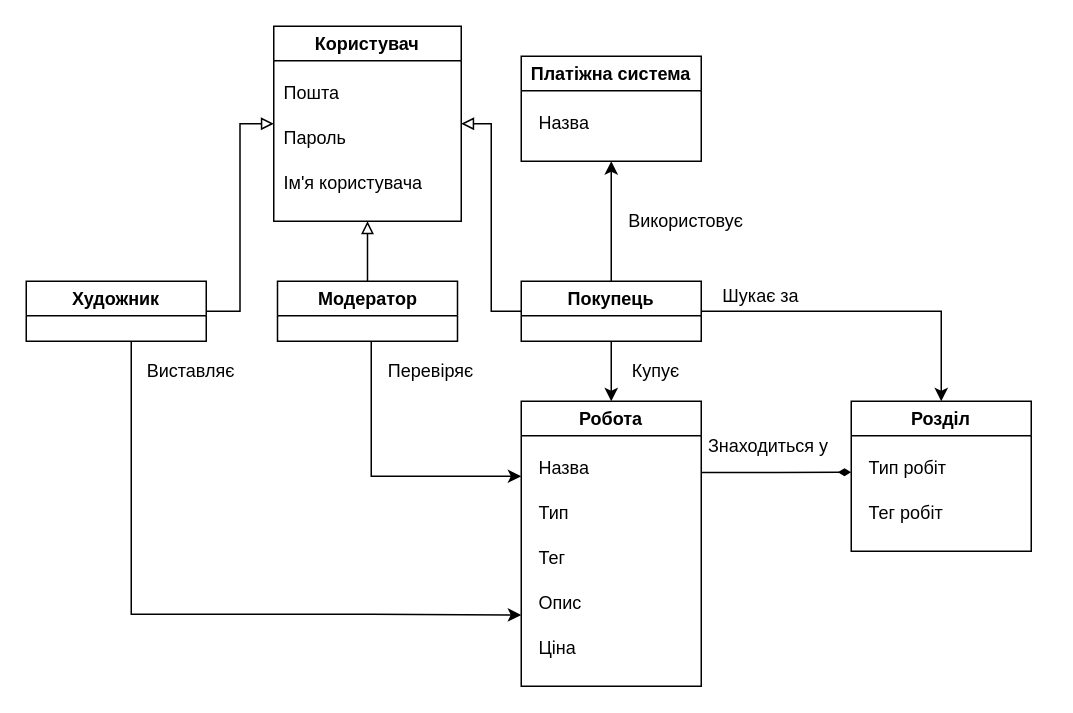
Above: 2-SoftwareDesign/2.1-UMLConceptClasses/UML-ConceptClasses.drawio in oleksandrblazhko/ai203-tokarev (draw.io), before the change. Source tidied: cells renumbered, new cells numbered last; positions are measured from the earlier drawing's top-left corner, leaving out a move shared by most shapes. Both pictures are drawn from the tidied source at 150%, with x=0, y=0 at pixel (26, 26).
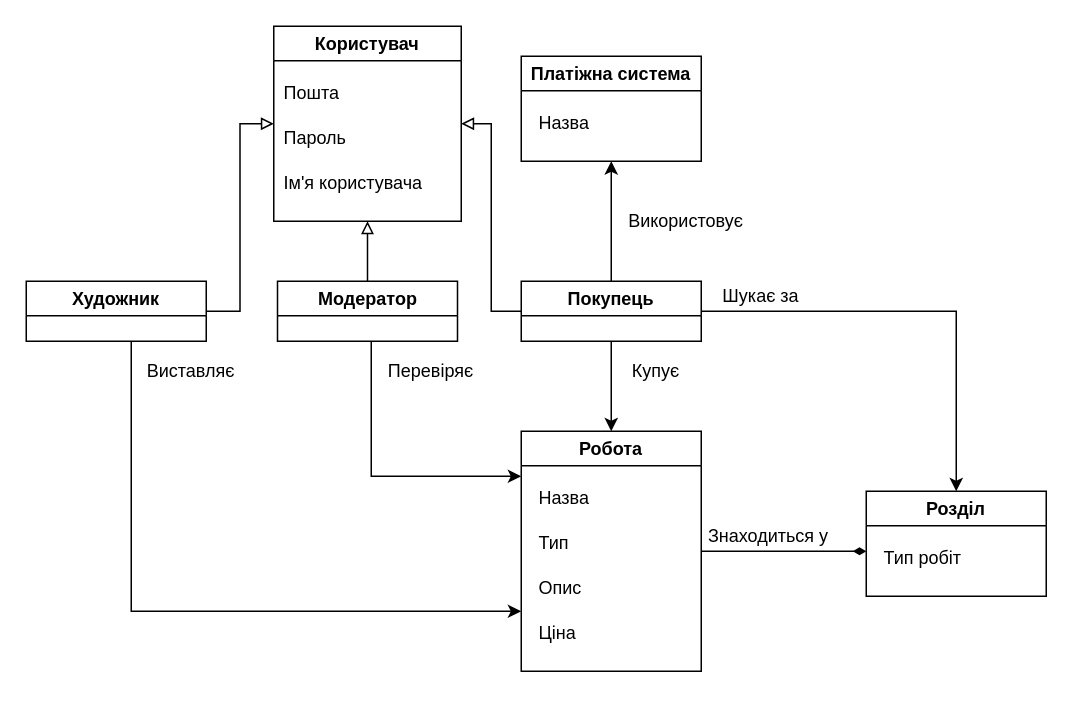
After the change.

Unchanged cells that the change refers to:
```xml
<mxCell id="23" value="Художник" style="swimlane;whiteSpace=wrap;html=1;" parent="1" vertex="1">
  <mxGeometry y="170" width="120" height="40" as="geometry" />
</mxCell>
```

The edit, as a diff of the source:
```diff
@@
-    <mxCell id="6" style="edgeStyle=orthogonalEdgeStyle;rounded=0;jettySize=auto;html=1;exitX=1;exitY=0.25;exitDx=0;exitDy=0;endArrow=diamondThin;endFill=1;" parent="1" edge="1" source="7">
-      <mxGeometry relative="1" as="geometry">
-        <mxPoint x="550" y="297.3" as="targetPoint" />
-      </mxGeometry>
-    </mxCell>
+    <mxCell id="35" style="edgeStyle=orthogonalEdgeStyle;rounded=0;jettySize=auto;html=1;endArrow=diamondThin;endFill=1;" parent="1" edge="1" source="7">
+      <mxGeometry relative="1" as="geometry">
+        <mxPoint x="560" y="350" as="targetPoint" />
+      </mxGeometry>
+    </mxCell>
     <mxCell id="7" value="Робота" style="swimlane;whiteSpace=wrap;html=1;" parent="1" vertex="1">
-      <mxGeometry x="330" y="250" width="120" height="190" as="geometry" />
+      <mxGeometry x="330" y="270" width="120" height="160" as="geometry" />
     </mxCell>
@@
-    <mxCell id="10" value="Тег" style="text;html=1;align=left;verticalAlign=middle;strokeColor=none;fillColor=none;" parent="7" vertex="1">
-      <mxGeometry x="10" y="90" width="40" height="30" as="geometry" />
-    </mxCell>
     <mxCell id="11" value="Опис" style="text;html=1;align=left;verticalAlign=middle;strokeColor=none;fillColor=none;" parent="7" vertex="1">
-      <mxGeometry x="10" y="120" width="50" height="30" as="geometry" />
+      <mxGeometry x="10" y="90" width="50" height="30" as="geometry" />
     </mxCell>
     <mxCell id="12" value="Ціна" style="text;html=1;align=left;verticalAlign=middle;strokeColor=none;fillColor=none;" parent="7" vertex="1">
-      <mxGeometry x="10" y="150" width="50" height="30" as="geometry" />
+      <mxGeometry x="10" y="120" width="50" height="30" as="geometry" />
     </mxCell>
@@
     <mxCell id="18" value="Розділ" style="swimlane;whiteSpace=wrap;html=1;" parent="1" vertex="1">
-      <mxGeometry x="550" y="250" width="120" height="100" as="geometry" />
+      <mxGeometry x="560" y="310" width="120" height="70" as="geometry" />
     </mxCell>
@@
-    <mxCell id="20" value="Тег робіт" style="text;html=1;align=left;verticalAlign=middle;strokeColor=none;fillColor=none;" parent="18" vertex="1">
-      <mxGeometry x="10" y="60" width="70" height="30" as="geometry" />
-    </mxCell>
@@
     <mxCell id="22" style="edgeStyle=orthogonalEdgeStyle;rounded=0;jettySize=auto;html=1;entryX=0;entryY=0.75;entryDx=0;entryDy=0;" parent="1" edge="1" source="23" target="7">
       <mxGeometry relative="1" as="geometry">
         <Array as="points">
-          <mxPoint x="70" y="392" />
-          <mxPoint x="230" y="392" />
+          <mxPoint x="70" y="390" />
         </Array>
       </mxGeometry>
     </mxCell>
@@
     <mxCell id="34" value="Знаходиться у" style="text;html=1;strokeColor=none;fillColor=none;align=center;verticalAlign=middle;whiteSpace=wrap;rounded=0;" parent="1" vertex="1">
-      <mxGeometry x="450" y="270" width="90" height="20" as="geometry" />
+      <mxGeometry x="450" y="330" width="90" height="20" as="geometry" />
     </mxCell>
```
